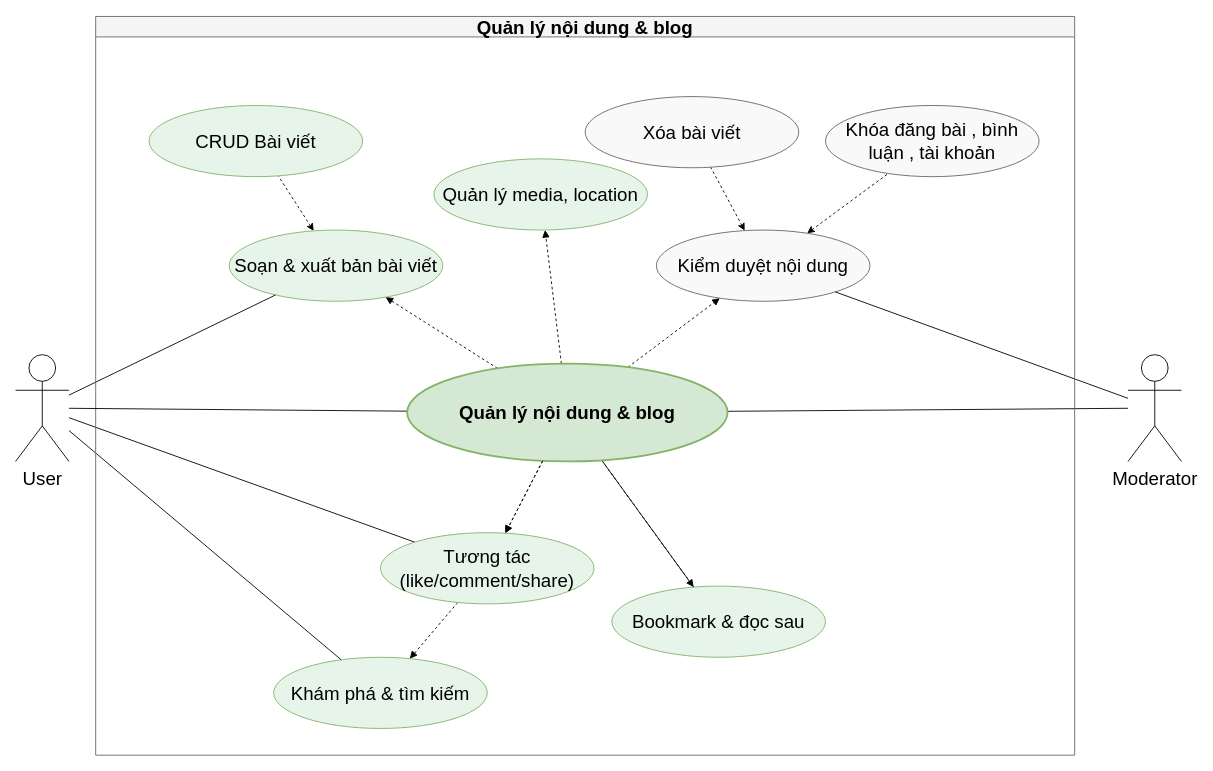
Above: draw/VieGo_UseCase_Content.drawio in thienne1602/VieGo_Blog (draw.io), before the change. Source tidied: cells renumbered, new cells numbered last; positions are measured from the earlier drawing's top-left corner, leaving out a move shared by most shapes. Both pictures are drawn from the tidied source at 89%, with x=0, y=0 at pixel (15, 16).
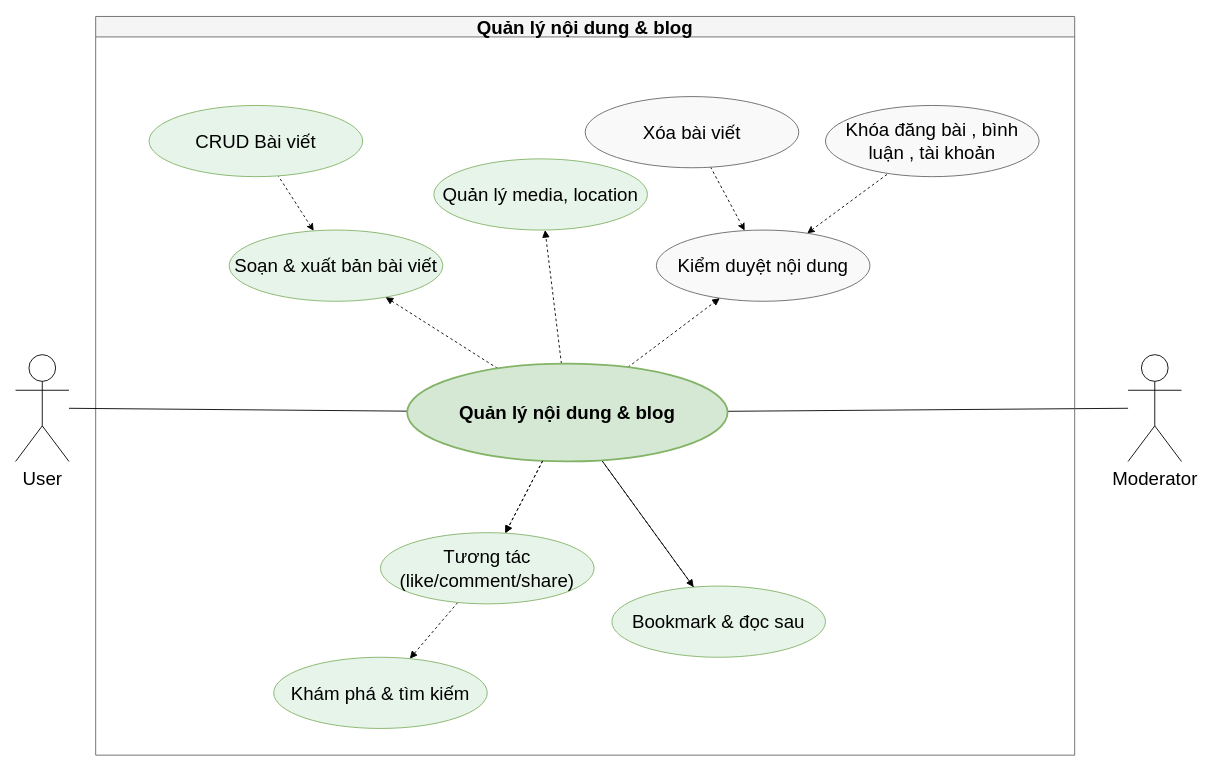
The same diagram, later.

Unchanged cells that the change refers to:
```xml
<mxCell id="2" value="User" style="shape=umlActor;verticalLabelPosition=bottom;verticalAlign=top;html=1;fontSize=21;" parent="1" vertex="1">
  <mxGeometry y="380" width="60" height="120" as="geometry" />
</mxCell>
<mxCell id="4" value="Moderator" style="shape=umlActor;verticalLabelPosition=bottom;verticalAlign=top;html=1;fontSize=21;" parent="1" vertex="1">
  <mxGeometry x="1250" y="380" width="60" height="120" as="geometry" />
</mxCell>
<mxCell id="6" value="Soạn &amp;amp; xuất bản bài viết" style="ellipse;whiteSpace=wrap;html=1;fontSize=21;fillColor=#e7f4ea;strokeColor=#82b366;" parent="1" vertex="1">
  <mxGeometry x="240" y="240" width="240" height="80" as="geometry" />
</mxCell>
<mxCell id="9" value="Khám phá &amp;amp; tìm kiếm" style="ellipse;whiteSpace=wrap;html=1;fontSize=21;fillColor=#e7f4ea;strokeColor=#82b366;" parent="1" vertex="1">
  <mxGeometry x="290" y="720" width="240" height="80" as="geometry" />
</mxCell>
<mxCell id="12" value="Kiểm duyệt nội dung" style="ellipse;whiteSpace=wrap;html=1;fontSize=21;fillColor=#f9f9f9;strokeColor=#666666;" parent="1" vertex="1">
  <mxGeometry x="720" y="240" width="240" height="80" as="geometry" />
</mxCell>
<mxCell id="31" value="Tương tác (like/comment/share)" style="ellipse;whiteSpace=wrap;html=1;fontSize=21;fillColor=#e7f4ea;strokeColor=#82b366;" parent="1" vertex="1">
  <mxGeometry x="410" y="580" width="240" height="80" as="geometry" />
</mxCell>
```

What changed in the source:
```diff
@@
-    <mxCell id="19" style="endArrow=none;html=1;fontSize=21;" parent="1" edge="1" source="2" target="6">
-      <mxGeometry relative="1" as="geometry" />
-    </mxCell>
-    <mxCell id="20" style="endArrow=none;html=1;fontSize=21;" parent="1" edge="1" source="2" target="31">
-      <mxGeometry relative="1" as="geometry" />
-    </mxCell>
@@
-    <mxCell id="22" style="endArrow=none;html=1;fontSize=21;" parent="1" edge="1" source="2" target="9">
-      <mxGeometry relative="1" as="geometry" />
-    </mxCell>
-    <mxCell id="23" style="endArrow=none;html=1;fontSize=21;" parent="1" edge="1" source="4" target="12">
-      <mxGeometry relative="1" as="geometry" />
-    </mxCell>
```
